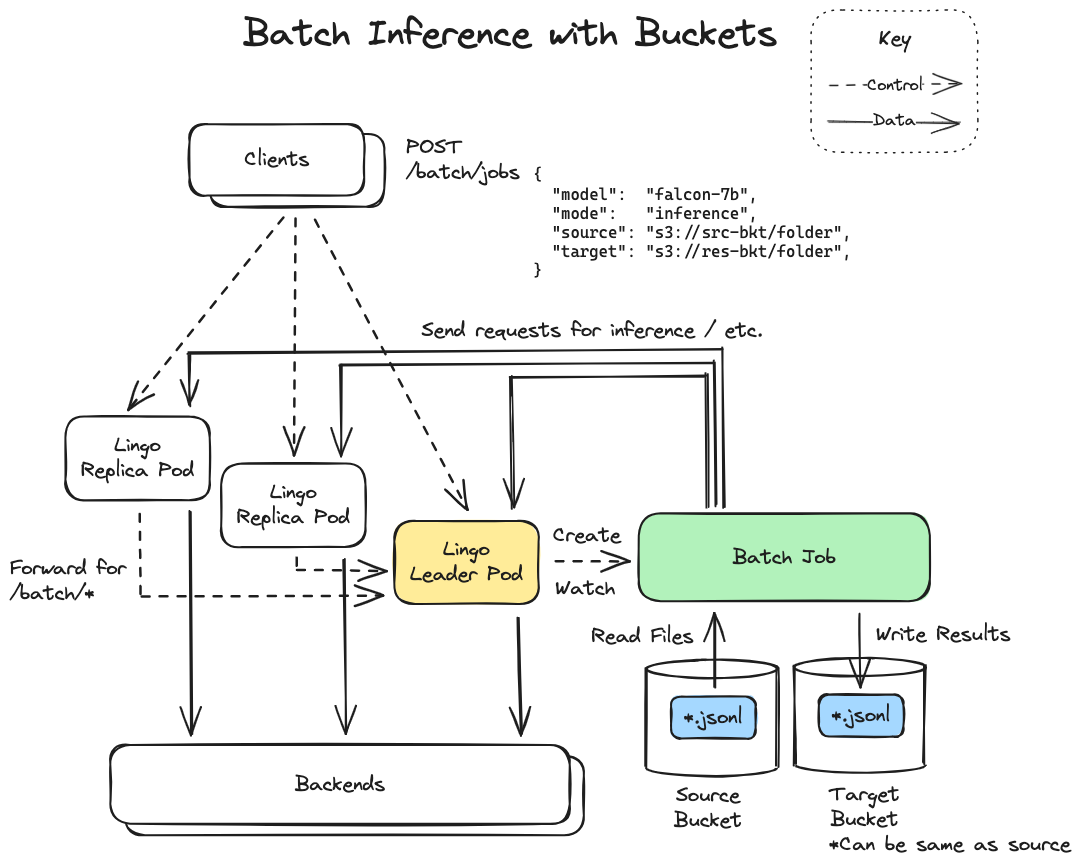
Before: docs/diagrams/batch.excalidraw.png, a diagram exported from Excalidraw (substratusai/kubeai). Source tidied: one line per element, renumbered; positions are measured from the earlier drawing's top-left corner, leaving out a move shared by most shapes.
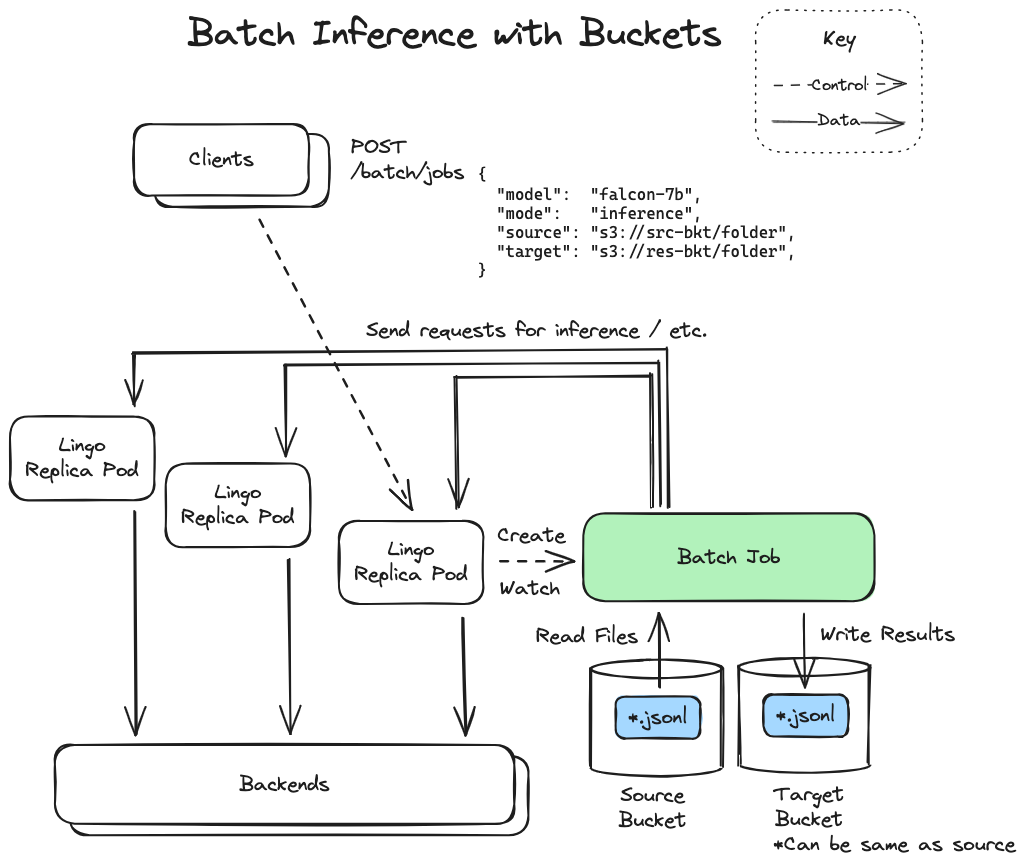
After the change.

Commit message:
Remove leader-dependant design

What changed in the source:
```diff
@@ -8,18 +8,11 @@
 {"id": 7, "type": "text", "text": "Lingo\nReplica Pod", "strokeColor": "#1e1e1e", "strokeWidth": 2, "roughness": 1, "fontSize": 20, "fontFamily": 1, "textAlign": "center", "verticalAlign": "middle", "inside": 6, "x": 71, "y": 423, "width": 113, "height": 50}
 {"id": 8, "type": "rectangle", "strokeColor": "#1e1e1e", "strokeWidth": 2, "roughness": 1, "round": true, "x": 211, "y": 453, "width": 144, "height": 84}
 {"id": 9, "type": "text", "text": "Lingo\nReplica Pod", "strokeColor": "#1e1e1e", "strokeWidth": 2, "roughness": 1, "fontSize": 20, "fontFamily": 1, "textAlign": "center", "verticalAlign": "middle", "inside": 8, "x": 227, "y": 470, "width": 113, "height": 50}
-{"id": 10, "type": "rectangle", "strokeColor": "#1e1e1e", "backgroundColor": "#ffec99", "fillStyle": "solid", "strokeWidth": 2, "roughness": 1, "round": true, "x": 384, "y": 511, "width": 144, "height": 83}
+{"id": 10, "type": "rectangle", "strokeColor": "#1e1e1e", "backgroundColor": "#ffffff", "fillStyle": "solid", "strokeWidth": 2, "roughness": 1, "round": true, "x": 384, "y": 511, "width": 144, "height": 83}
-{"id": 11, "type": "text", "text": "Lingo\nLeader Pod", "strokeColor": "#1e1e1e", "strokeWidth": 2, "roughness": 1, "fontSize": 20, "fontFamily": 1, "textAlign": "center", "verticalAlign": "middle", "inside": 10, "x": 400, "y": 527, "width": 113, "height": 50}
+{"id": 11, "type": "text", "text": "Lingo\nReplica Pod", "strokeColor": "#1e1e1e", "strokeWidth": 2, "roughness": 1, "fontSize": 20, "fontFamily": 1, "textAlign": "center", "verticalAlign": "middle", "inside": 10, "x": 400, "y": 527, "width": 113, "height": 50}
-{"id": 12, "type": "line", "strokeColor": "#1e1e1e", "backgroundColor": "#ffec99", "fillStyle": "solid", "strokeWidth": 2, "strokeStyle": "dashed", "roughness": 1, "round": true, "x": 129, "y": 503, "width": 1, "height": 81, "points": [[0, 0], [1, 81]]}
-{"id": 13, "type": "arrow", "strokeColor": "#1e1e1e", "backgroundColor": "#ffec99", "fillStyle": "solid", "strokeWidth": 2, "strokeStyle": "dashed", "roughness": 1, "endArrowhead": "arrow", "round": true, "from": 21, "to": 10, "x": 131, "y": 586, "width": 241, "height": 2, "points": [[0, 0], [241, -2]]}
-{"id": 14, "type": "line", "strokeColor": "#1e1e1e", "backgroundColor": "#ffec99", "fillStyle": "solid", "strokeWidth": 2, "strokeStyle": "dashed", "roughness": 1, "round": true, "x": 286, "y": 548, "width": 0, "height": 14, "points": [[0, 0], [0, 14]]}
-{"id": 15, "type": "arrow", "strokeColor": "#1e1e1e", "backgroundColor": "#ffec99", "fillStyle": "solid", "strokeWidth": 2, "strokeStyle": "dashed", "roughness": 1, "endArrowhead": "arrow", "round": true, "to": 10, "x": 287, "y": 561, "width": 90, "height": 1, "points": [[0, 0], [90, 1]]}
 {"id": 16, "type": "rectangle", "strokeColor": "#1e1e1e", "backgroundColor": "#ffffff", "fillStyle": "solid", "strokeWidth": 2, "roughness": 1, "round": true, "x": 180, "y": 114, "width": 175, "height": 72}
 {"id": 17, "type": "text", "text": "Clients", "strokeColor": "#1e1e1e", "backgroundColor": "#ffec99", "fillStyle": "solid", "strokeWidth": 2, "roughness": 1, "fontSize": 20, "fontFamily": 1, "textAlign": "center", "verticalAlign": "middle", "inside": 16, "x": 234, "y": 137, "width": 65, "height": 25}
-{"id": 18, "type": "arrow", "strokeColor": "#1e1e1e", "backgroundColor": "#ffffff", "fillStyle": "solid", "strokeWidth": 2, "strokeStyle": "dashed", "roughness": 1, "endArrowhead": "arrow", "round": true, "from": 5, "to": 6, "x": 274, "y": 208, "width": 155, "height": 191, "points": [[0, 0], [-155, 191]]}
-{"id": 19, "type": "arrow", "strokeColor": "#1e1e1e", "backgroundColor": "#ffffff", "fillStyle": "solid", "strokeWidth": 2, "strokeStyle": "dashed", "roughness": 1, "endArrowhead": "arrow", "round": true, "from": 5, "to": 8, "x": 285, "y": 209, "width": 0, "height": 235, "points": [[0, 0], [0, 235]]}
 {"id": 20, "type": "arrow", "strokeColor": "#1e1e1e", "backgroundColor": "#ffffff", "fillStyle": "solid", "strokeWidth": 2, "strokeStyle": "dashed", "roughness": 1, "endArrowhead": "arrow", "round": true, "from": 5, "to": 10, "x": 306, "y": 210, "width": 152, "height": 290, "points": [[0, 0], [152, 290]]}
-{"id": 21, "type": "text", "text": "Forward for\n/batch/*", "strokeColor": "#1e1e1e", "backgroundColor": "#ffffff", "fillStyle": "solid", "strokeWidth": 2, "roughness": 1, "fontSize": 20, "fontFamily": 1, "x": 0, "y": 546, "width": 116, "height": 50}
 {"id": 22, "type": "rectangle", "strokeColor": "#1e1e1e", "backgroundColor": "#b2f2bb", "fillStyle": "solid", "strokeWidth": 2, "roughness": 1, "round": true, "x": 629, "y": 503, "width": 291, "height": 88}
 {"id": 23, "type": "text", "text": "Batch Job", "strokeColor": "#1e1e1e", "backgroundColor": "#ffffff", "fillStyle": "solid", "strokeWidth": 2, "roughness": 1, "fontSize": 20, "fontFamily": 1, "textAlign": "center", "verticalAlign": "middle", "inside": 22, "x": 723, "y": 535, "width": 103, "height": 25}
 {"id": 24, "type": "text", "text": "POST\n/batch/jobs", "strokeColor": "#1e1e1e", "backgroundColor": "#ffffff", "fillStyle": "solid", "strokeWidth": 2, "roughness": 1, "fontSize": 20, "fontFamily": 1, "x": 396, "y": 125, "width": 113, "height": 50}
```
